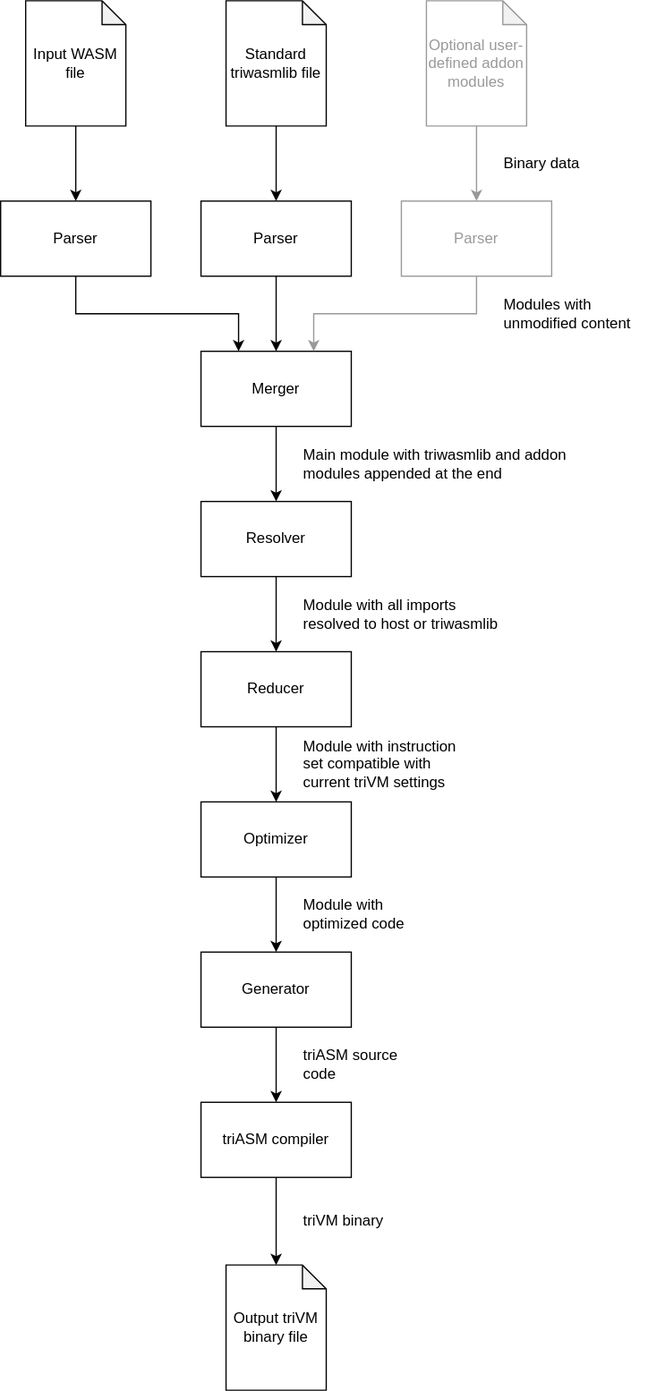
Above: doc/Flow.drawio.svg in kildom/triwasm (draw.io), before the change. Source tidied: cells renumbered, new cells last; positions are measured from the earlier drawing's top-left corner, leaving out a move shared by most shapes.
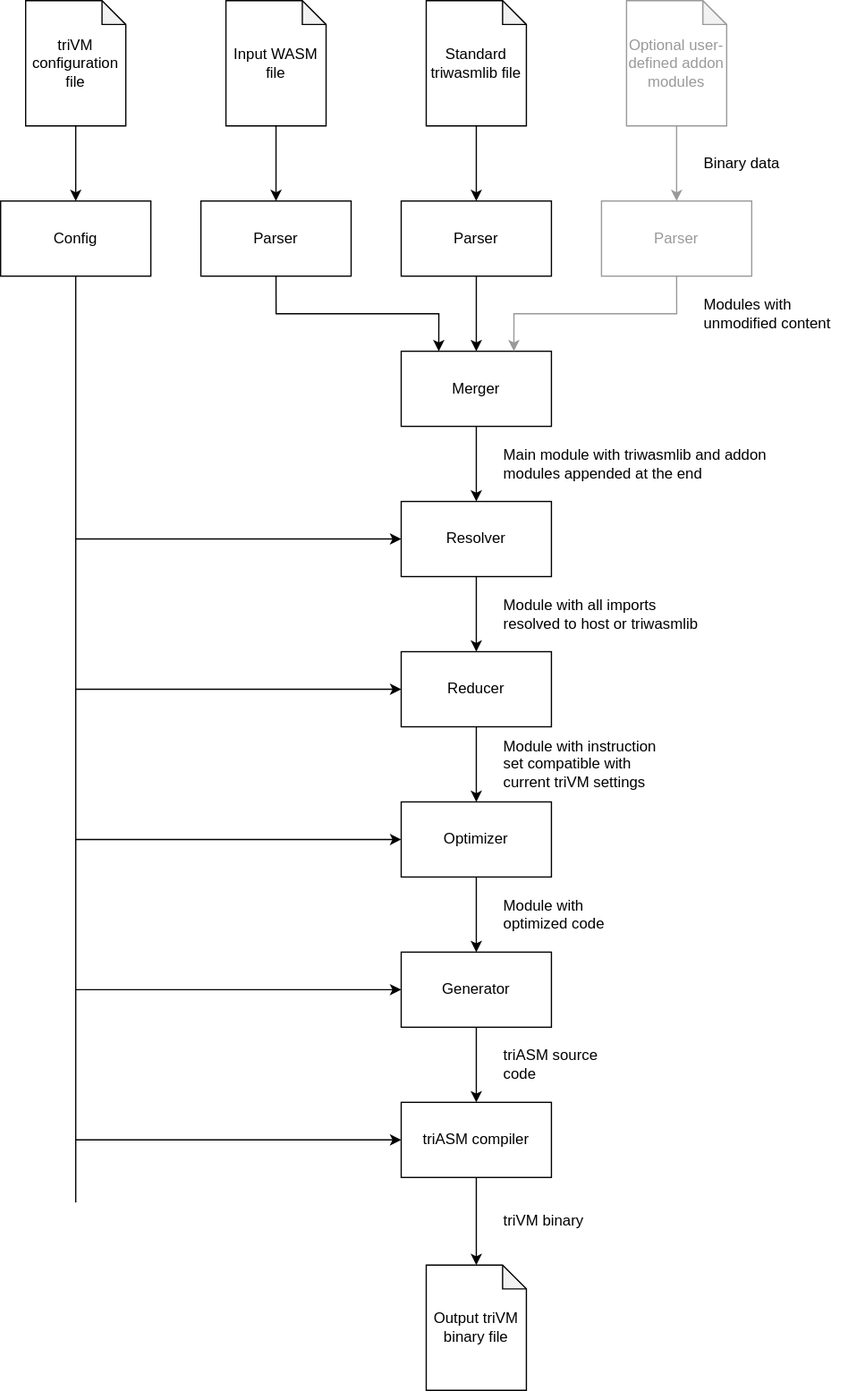
After the commit.

The edit, as a diff of the source:
```diff
@@ -41,6 +41,11 @@
     <mxCell id="14" style="edgeStyle=orthogonalEdgeStyle;rounded=0;jettySize=auto;html=1;" parent="1" edge="1" source="15" target="18">
       <mxGeometry relative="1" as="geometry" />
     </mxCell>
+    <mxCell id="35" style="edgeStyle=orthogonalEdgeStyle;rounded=0;jettySize=auto;html=1;entryX=0;entryY=0.5;entryDx=0;entryDy=0;fontColor=#999999;strokeColor=#000000;" parent="1" edge="1" target="18">
+      <mxGeometry relative="1" as="geometry">
+        <mxPoint x="-100" y="550" as="sourcePoint" />
+      </mxGeometry>
+    </mxCell>
     <mxCell id="15" value="Resolver" style="whiteSpace=wrap;html=1;" parent="1" vertex="1">
       <mxGeometry x="160" y="400" width="120" height="60" as="geometry" />
     </mxCell>
@@ -50,6 +55,11 @@
     <mxCell id="17" style="edgeStyle=orthogonalEdgeStyle;rounded=0;jettySize=auto;html=1;" parent="1" edge="1" source="18" target="21">
       <mxGeometry relative="1" as="geometry" />
     </mxCell>
+    <mxCell id="36" style="edgeStyle=orthogonalEdgeStyle;rounded=0;jettySize=auto;html=1;entryX=0;entryY=0.5;entryDx=0;entryDy=0;fontColor=#999999;strokeColor=#000000;" parent="1" edge="1" target="21">
+      <mxGeometry relative="1" as="geometry">
+        <mxPoint x="-100" y="670" as="sourcePoint" />
+      </mxGeometry>
+    </mxCell>
     <mxCell id="18" value="Reducer" style="whiteSpace=wrap;html=1;" parent="1" vertex="1">
       <mxGeometry x="160" y="520" width="120" height="60" as="geometry" />
     </mxCell>
@@ -59,6 +69,11 @@
     <mxCell id="20" style="edgeStyle=orthogonalEdgeStyle;rounded=0;jettySize=auto;html=1;" parent="1" edge="1" source="21" target="24">
       <mxGeometry relative="1" as="geometry" />
     </mxCell>
+    <mxCell id="37" style="edgeStyle=orthogonalEdgeStyle;rounded=0;jettySize=auto;html=1;entryX=0;entryY=0.5;entryDx=0;entryDy=0;fontColor=#999999;strokeColor=#000000;" parent="1" edge="1" target="24">
+      <mxGeometry relative="1" as="geometry">
+        <mxPoint x="-100" y="790" as="sourcePoint" />
+      </mxGeometry>
+    </mxCell>
     <mxCell id="21" value="Optimizer" style="whiteSpace=wrap;html=1;" parent="1" vertex="1">
       <mxGeometry x="160" y="640" width="120" height="60" as="geometry" />
     </mxCell>
@@ -68,6 +83,11 @@
     <mxCell id="23" style="edgeStyle=orthogonalEdgeStyle;rounded=0;jettySize=auto;html=1;" parent="1" edge="1" source="24" target="27">
       <mxGeometry relative="1" as="geometry" />
     </mxCell>
+    <mxCell id="38" style="edgeStyle=orthogonalEdgeStyle;rounded=0;jettySize=auto;html=1;entryX=0;entryY=0.5;entryDx=0;entryDy=0;fontColor=#999999;strokeColor=#000000;" parent="1" edge="1" target="27">
+      <mxGeometry relative="1" as="geometry">
+        <mxPoint x="-100" y="910" as="sourcePoint" />
+      </mxGeometry>
+    </mxCell>
     <mxCell id="24" value="Generator" style="whiteSpace=wrap;html=1;" parent="1" vertex="1">
       <mxGeometry x="160" y="760" width="120" height="60" as="geometry" />
     </mxCell>
@@ -101,5 +121,24 @@
     <mxCell id="34" value="Parser" style="whiteSpace=wrap;html=1;fontColor=#999999;strokeColor=#999999;" parent="1" vertex="1">
       <mxGeometry x="320" y="160" width="120" height="60" as="geometry" />
     </mxCell>
+    <mxCell id="39" style="edgeStyle=orthogonalEdgeStyle;rounded=0;jettySize=auto;html=1;exitX=0.5;exitY=1;exitDx=0;exitDy=0;exitPerimeter=0;fontColor=#999999;strokeColor=#000000;" parent="1" edge="1" source="40" target="42">
+      <mxGeometry relative="1" as="geometry" />
+    </mxCell>
+    <mxCell id="40" value="triVM configuration file" style="shape=note;whiteSpace=wrap;html=1;backgroundOutline=1;darkOpacity=0.05;size=19;" parent="1" vertex="1">
+      <mxGeometry x="-140" width="80" height="100" as="geometry" />
+    </mxCell>
+    <mxCell id="41" style="edgeStyle=orthogonalEdgeStyle;rounded=0;jettySize=auto;html=1;entryX=0;entryY=0.5;entryDx=0;entryDy=0;fontColor=#999999;strokeColor=#000000;" parent="1" edge="1" target="15">
+      <mxGeometry relative="1" as="geometry">
+        <mxPoint x="-100" y="430" as="sourcePoint" />
+      </mxGeometry>
+    </mxCell>
+    <mxCell id="42" value="Config" style="whiteSpace=wrap;html=1;" parent="1" vertex="1">
+      <mxGeometry x="-160" y="160" width="120" height="60" as="geometry" />
+    </mxCell>
+    <mxCell id="43" style="endArrow=none;html=1;rounded=0;fontColor=#999999;strokeColor=#000000;entryX=0.5;entryY=1;entryDx=0;entryDy=0;" parent="1" edge="1" target="42">
+      <mxGeometry relative="1" as="geometry">
+        <mxPoint x="-100" y="960" as="sourcePoint" />
+      </mxGeometry>
+    </mxCell>
   </root>
 </mxGraphModel>
```
